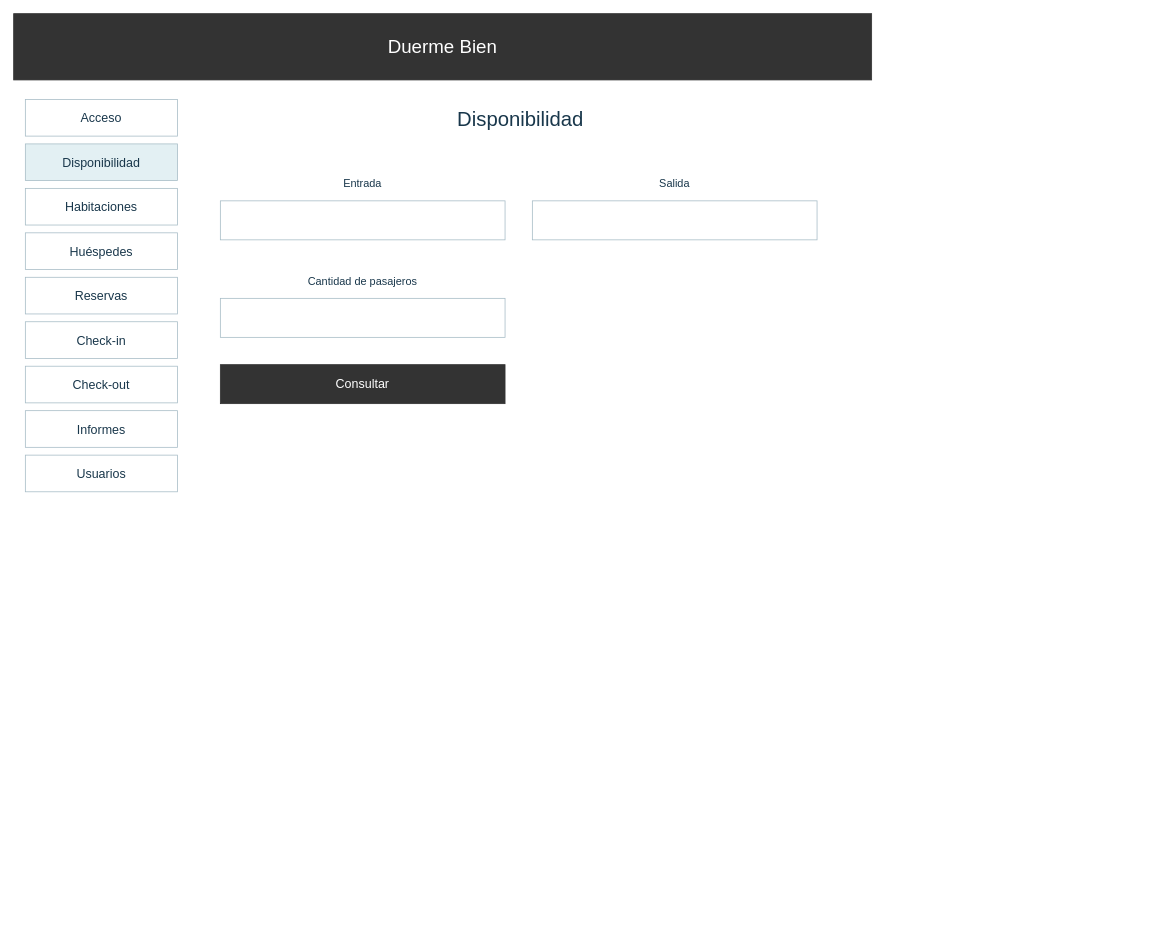
Above: page "Wireframe · Disponibilidad" (3 of 19) of diagramas-editables/interfaces.drawio in Yutre3/hotel-duerme-bien (draw.io), before the change. Source tidied: cells renumbered, new cells numbered last; positions are measured from the earlier drawing's top-left corner, leaving out a move shared by most shapes. Both pictures are drawn from the tidied source at 78%, with x=0, y=0 at pixel (13, 13).
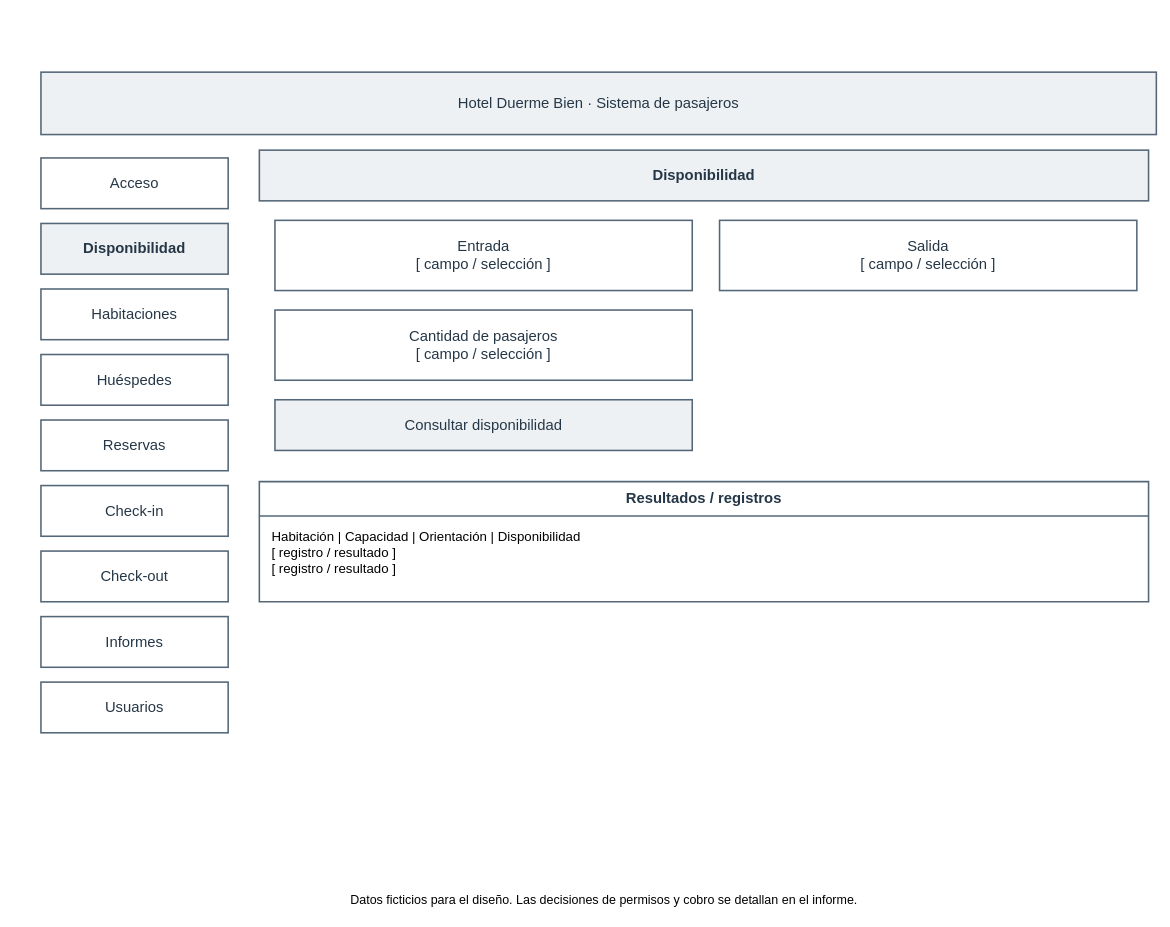
Above is the later version.

What changed in the source:
```diff
@@
 <mxGraphModel>
   <root>
     <mxCell id="0" />
     <mxCell id="1" parent="0" />
-    <mxCell id="2" value="Duerme Bien" style="html=0;whiteSpace=wrap;rounded=0;fillColor=#333333;fontColor=#ffffff;strokeColor=#333333;fontSize=24;" parent="1" vertex="1">
-      <mxGeometry width="1100" height="85" as="geometry" />
-    </mxCell>
+    <mxCell id="20" value="Hotel Duerme Bien · Sistema de pasajeros" style="rounded=0;html=0;whiteSpace=wrap;strokeColor=#546778;strokeWidth=2;fillColor=#eef1f3;fontColor=#253747;fontSize=19;" parent="1" vertex="1">
+      <mxGeometry x="35" y="75" width="1430" height="80" as="geometry" />
+    </mxCell>
-    <mxCell id="3" value="Acceso" style="html=0;whiteSpace=wrap;rounded=0;fillColor=#ffffff;fontColor=#19374b;strokeColor=#a7bcc6;fontSize=16;" parent="1" vertex="1">
-      <mxGeometry x="15" y="110" width="195" height="47" as="geometry" />
+    <mxCell id="3" value="Acceso" style="rounded=0;html=0;whiteSpace=wrap;strokeColor=#546778;strokeWidth=2;fillColor=#ffffff;fontColor=#253747;fontSize=19;" parent="1" vertex="1">
+      <mxGeometry x="35" y="185" width="240" height="65" as="geometry" />
     </mxCell>
-    <mxCell id="4" value="Disponibilidad" style="html=0;whiteSpace=wrap;rounded=0;fillColor=#e3f0f3;fontColor=#19374b;strokeColor=#a7bcc6;fontSize=16;" parent="1" vertex="1">
-      <mxGeometry x="15" y="167" width="195" height="47" as="geometry" />
-    </mxCell>
+    <mxCell id="21" value="Disponibilidad" style="rounded=0;html=0;whiteSpace=wrap;strokeColor=#546778;strokeWidth=2;fillColor=#eef1f3;fontColor=#253747;fontSize=19;fontStyle=1;" parent="1" vertex="1">
+      <mxGeometry x="35" y="269" width="240" height="65" as="geometry" />
+    </mxCell>
-    <mxCell id="5" value="Habitaciones" style="html=0;whiteSpace=wrap;rounded=0;fillColor=#ffffff;fontColor=#19374b;strokeColor=#a7bcc6;fontSize=16;" parent="1" vertex="1">
-      <mxGeometry x="15" y="224" width="195" height="47" as="geometry" />
+    <mxCell id="5" value="Habitaciones" style="rounded=0;html=0;whiteSpace=wrap;strokeColor=#546778;strokeWidth=2;fillColor=#ffffff;fontColor=#253747;fontSize=19;" parent="1" vertex="1">
+      <mxGeometry x="35" y="353" width="240" height="65" as="geometry" />
     </mxCell>
-    <mxCell id="6" value="Huéspedes" style="html=0;whiteSpace=wrap;rounded=0;fillColor=#ffffff;fontColor=#19374b;strokeColor=#a7bcc6;fontSize=16;" parent="1" vertex="1">
-      <mxGeometry x="15" y="281" width="195" height="47" as="geometry" />
+    <mxCell id="6" value="Huéspedes" style="rounded=0;html=0;whiteSpace=wrap;strokeColor=#546778;strokeWidth=2;fillColor=#ffffff;fontColor=#253747;fontSize=19;" parent="1" vertex="1">
+      <mxGeometry x="35" y="437" width="240" height="65" as="geometry" />
     </mxCell>
-    <mxCell id="7" value="Reservas" style="html=0;whiteSpace=wrap;rounded=0;fillColor=#ffffff;fontColor=#19374b;strokeColor=#a7bcc6;fontSize=16;" parent="1" vertex="1">
-      <mxGeometry x="15" y="338" width="195" height="47" as="geometry" />
+    <mxCell id="7" value="Reservas" style="rounded=0;html=0;whiteSpace=wrap;strokeColor=#546778;strokeWidth=2;fillColor=#ffffff;fontColor=#253747;fontSize=19;" parent="1" vertex="1">
+      <mxGeometry x="35" y="521" width="240" height="65" as="geometry" />
     </mxCell>
-    <mxCell id="8" value="Check-in" style="html=0;whiteSpace=wrap;rounded=0;fillColor=#ffffff;fontColor=#19374b;strokeColor=#a7bcc6;fontSize=16;" parent="1" vertex="1">
-      <mxGeometry x="15" y="395" width="195" height="47" as="geometry" />
+    <mxCell id="8" value="Check-in" style="rounded=0;html=0;whiteSpace=wrap;strokeColor=#546778;strokeWidth=2;fillColor=#ffffff;fontColor=#253747;fontSize=19;" parent="1" vertex="1">
+      <mxGeometry x="35" y="605" width="240" height="65" as="geometry" />
     </mxCell>
-    <mxCell id="9" value="Check-out" style="html=0;whiteSpace=wrap;rounded=0;fillColor=#ffffff;fontColor=#19374b;strokeColor=#a7bcc6;fontSize=16;" parent="1" vertex="1">
-      <mxGeometry x="15" y="452" width="195" height="47" as="geometry" />
+    <mxCell id="9" value="Check-out" style="rounded=0;html=0;whiteSpace=wrap;strokeColor=#546778;strokeWidth=2;fillColor=#ffffff;fontColor=#253747;fontSize=19;" parent="1" vertex="1">
+      <mxGeometry x="35" y="689" width="240" height="65" as="geometry" />
     </mxCell>
-    <mxCell id="10" value="Informes" style="html=0;whiteSpace=wrap;rounded=0;fillColor=#ffffff;fontColor=#19374b;strokeColor=#a7bcc6;fontSize=16;" parent="1" vertex="1">
-      <mxGeometry x="15" y="509" width="195" height="47" as="geometry" />
+    <mxCell id="10" value="Informes" style="rounded=0;html=0;whiteSpace=wrap;strokeColor=#546778;strokeWidth=2;fillColor=#ffffff;fontColor=#253747;fontSize=19;" parent="1" vertex="1">
+      <mxGeometry x="35" y="773" width="240" height="65" as="geometry" />
     </mxCell>
-    <mxCell id="11" value="Usuarios" style="html=0;whiteSpace=wrap;rounded=0;fillColor=#ffffff;fontColor=#19374b;strokeColor=#a7bcc6;fontSize=16;" parent="1" vertex="1">
-      <mxGeometry x="15" y="566" width="195" height="47" as="geometry" />
+    <mxCell id="11" value="Usuarios" style="rounded=0;html=0;whiteSpace=wrap;strokeColor=#546778;strokeWidth=2;fillColor=#ffffff;fontColor=#253747;fontSize=19;" parent="1" vertex="1">
+      <mxGeometry x="35" y="857" width="240" height="65" as="geometry" />
     </mxCell>
-    <mxCell id="12" value="Disponibilidad" style="html=0;whiteSpace=wrap;rounded=0;fillColor=#ffffff;fontColor=#19374b;strokeColor=#ffffff;fontSize=26;" parent="1" vertex="1">
-      <mxGeometry x="250" y="110" width="800" height="50" as="geometry" />
-    </mxCell>
-    <mxCell id="13" value="Entrada" style="html=0;whiteSpace=wrap;rounded=0;fillColor=#ffffff;fontColor=#19374b;strokeColor=#ffffff;fontSize=14;" parent="1" vertex="1">
-      <mxGeometry x="265" y="200" width="365" height="35" as="geometry" />
-    </mxCell>
-    <mxCell id="14" style="html=0;whiteSpace=wrap;rounded=0;fillColor=#ffffff;fontColor=#19374b;strokeColor=#a7bcc6;fontSize=16;" parent="1" vertex="1">
-      <mxGeometry x="265" y="240" width="365" height="50" as="geometry" />
-    </mxCell>
-    <mxCell id="15" value="Salida" style="html=0;whiteSpace=wrap;rounded=0;fillColor=#ffffff;fontColor=#19374b;strokeColor=#ffffff;fontSize=14;" parent="1" vertex="1">
-      <mxGeometry x="665" y="200" width="365" height="35" as="geometry" />
-    </mxCell>
-    <mxCell id="16" style="html=0;whiteSpace=wrap;rounded=0;fillColor=#ffffff;fontColor=#19374b;strokeColor=#a7bcc6;fontSize=16;" parent="1" vertex="1">
-      <mxGeometry x="665" y="240" width="365" height="50" as="geometry" />
-    </mxCell>
-    <mxCell id="17" value="Cantidad de pasajeros" style="html=0;whiteSpace=wrap;rounded=0;fillColor=#ffffff;fontColor=#19374b;strokeColor=#ffffff;fontSize=14;" parent="1" vertex="1">
-      <mxGeometry x="265" y="325" width="365" height="35" as="geometry" />
-    </mxCell>
-    <mxCell id="18" style="html=0;whiteSpace=wrap;rounded=0;fillColor=#ffffff;fontColor=#19374b;strokeColor=#a7bcc6;fontSize=16;" parent="1" vertex="1">
-      <mxGeometry x="265" y="365" width="365" height="50" as="geometry" />
-    </mxCell>
-    <mxCell id="19" value="Consultar" style="html=0;whiteSpace=wrap;rounded=0;fillColor=#333333;fontColor=#ffffff;strokeColor=#333333;fontSize=16;" parent="1" vertex="1">
-      <mxGeometry x="265" y="450" width="365" height="50" as="geometry" />
-    </mxCell>
+    <mxCell id="22" value="Disponibilidad" style="rounded=0;html=0;whiteSpace=wrap;strokeColor=#546778;strokeWidth=2;fillColor=#eef1f3;fontColor=#253747;fontSize=19;fontStyle=1;" parent="1" vertex="1">
+      <mxGeometry x="315" y="175" width="1140" height="65" as="geometry" />
+    </mxCell>
+    <mxCell id="23" value="Entrada&#10;[ campo / selección ]" style="rounded=0;html=0;whiteSpace=wrap;strokeColor=#546778;strokeWidth=2;fillColor=#ffffff;fontColor=#253747;fontSize=19;" parent="1" vertex="1">
+      <mxGeometry x="335" y="265" width="535" height="90" as="geometry" />
+    </mxCell>
+    <mxCell id="24" value="Salida&#10;[ campo / selección ]" style="rounded=0;html=0;whiteSpace=wrap;strokeColor=#546778;strokeWidth=2;fillColor=#ffffff;fontColor=#253747;fontSize=19;" parent="1" vertex="1">
+      <mxGeometry x="905" y="265" width="535" height="90" as="geometry" />
+    </mxCell>
+    <mxCell id="25" value="Cantidad de pasajeros&#10;[ campo / selección ]" style="rounded=0;html=0;whiteSpace=wrap;strokeColor=#546778;strokeWidth=2;fillColor=#ffffff;fontColor=#253747;fontSize=19;" parent="1" vertex="1">
+      <mxGeometry x="335" y="380" width="535" height="90" as="geometry" />
+    </mxCell>
+    <mxCell id="26" value="Consultar disponibilidad" style="rounded=0;html=0;whiteSpace=wrap;strokeColor=#546778;strokeWidth=2;fillColor=#eef1f3;fontColor=#253747;fontSize=19;" parent="1" vertex="1">
+      <mxGeometry x="335" y="495" width="535" height="65" as="geometry" />
+    </mxCell>
+    <mxCell id="27" value="Resultados / registros" style="shape=swimlane;startSize=44;horizontal=1;html=0;whiteSpace=wrap;strokeColor=#546778;strokeWidth=2;fillColor=#ffffff;fontColor=#253747;fontSize=19;fontStyle=1;" parent="1" vertex="1">
+      <mxGeometry x="315" y="600" width="1140" height="154" as="geometry" />
+    </mxCell>
+    <mxCell id="28" value="Habitación | Capacidad | Orientación | Disponibilidad&#10;[ registro / resultado ]&#10;[ registro / resultado ]" style="text;html=0;strokeColor=none;fillColor=none;align=left;verticalAlign=top;spacingLeft=14;fontSize=17;" parent="27" vertex="1">
+      <mxGeometry y="54" width="1140" height="84" as="geometry" />
+    </mxCell>
+    <mxCell id="29" value="Datos ficticios para el diseño. Las decisiones de permisos y cobro se detallan en el informe." style="text;html=0;strokeColor=none;fillColor=none;fontSize=16;" parent="1" vertex="1">
+      <mxGeometry x="430" y="1120" width="900" height="35" as="geometry" />
+    </mxCell>
   </root>
 </mxGraphModel>
```
